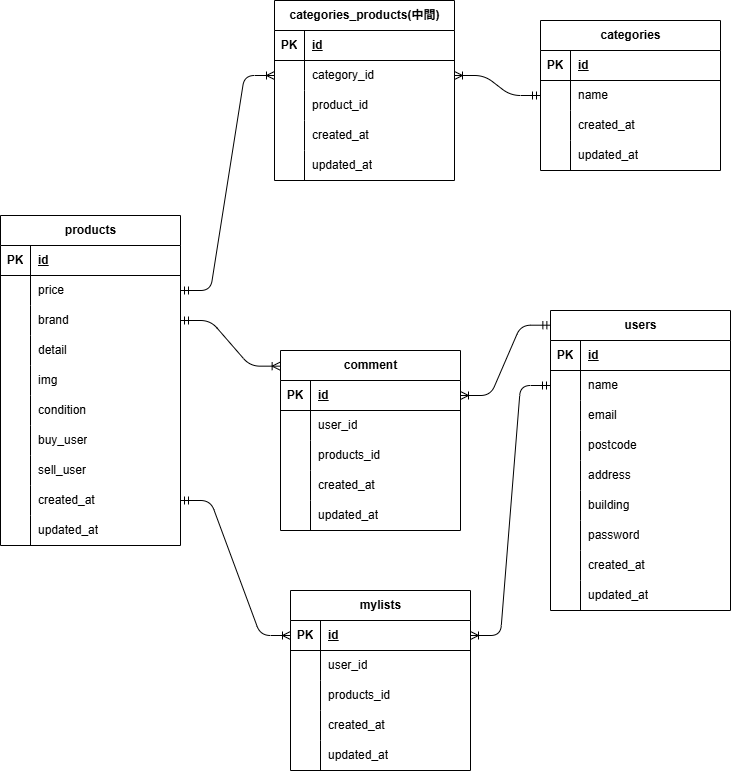
The draw.io diagram er.dio.png in rh22120301/flea-market-test, before a commit. Source tidied: cells renumbered, new cells last; positions are measured from the earlier drawing's top-left corner, leaving out a move shared by most shapes.
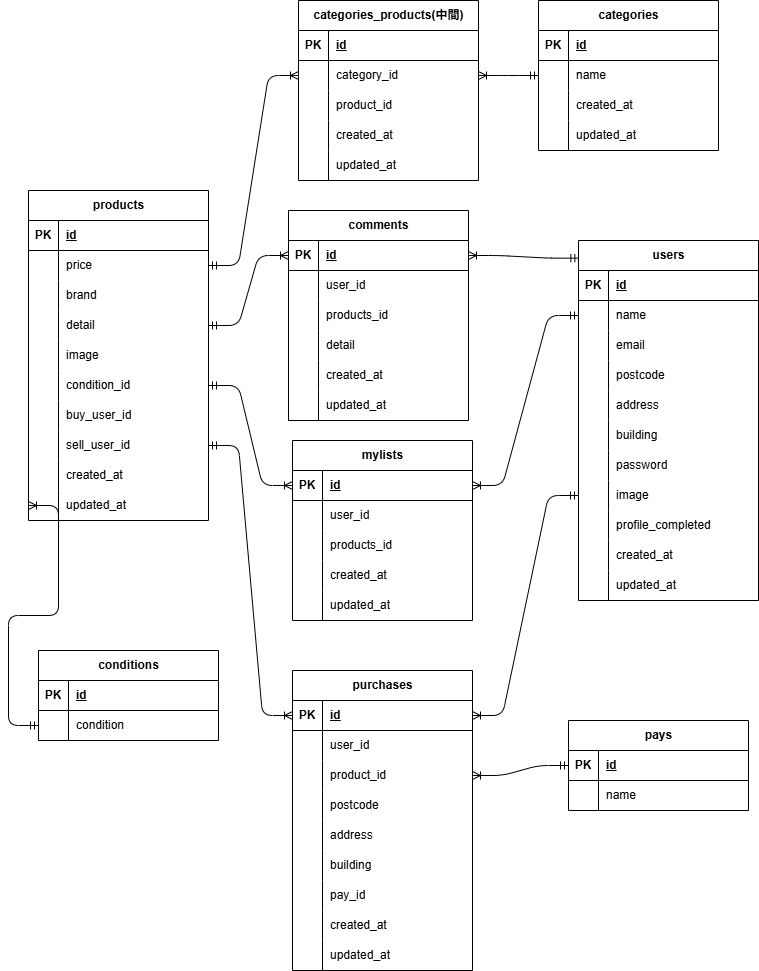
Above is the later version.

Change to the diagram source:
```diff
@@ -5,3 +5,3 @@
     <mxCell id="2" value="products" style="shape=table;startSize=30;rowLines=0;fontStyle=1;align=center;html=1;" parent="1" vertex="1">
-      <mxGeometry y="215" width="180" height="330" as="geometry" />
+      <mxGeometry x="10" y="150" width="180" height="330" as="geometry" />
     </mxCell>
@@ -49,3 +49,3 @@
     </mxCell>
-    <mxCell id="17" value="img" style="shape=partialRectangle;fillColor=none;top=0;left=0;bottom=0;right=0;align=left;spacingLeft=6;overflow=hidden;whiteSpace=wrap;html=1;" parent="15" vertex="1">
+    <mxCell id="17" value="image" style="shape=partialRectangle;fillColor=none;top=0;left=0;bottom=0;right=0;align=left;spacingLeft=6;overflow=hidden;whiteSpace=wrap;html=1;" parent="15" vertex="1">
       <mxGeometry x="30" width="150" height="30" as="geometry" />
@@ -58,3 +58,3 @@
     </mxCell>
-    <mxCell id="20" value="condition" style="shape=partialRectangle;fillColor=none;top=0;left=0;bottom=0;right=0;align=left;spacingLeft=6;overflow=hidden;whiteSpace=wrap;html=1;" parent="18" vertex="1">
+    <mxCell id="20" value="condition_id" style="shape=partialRectangle;fillColor=none;top=0;left=0;bottom=0;right=0;align=left;spacingLeft=6;overflow=hidden;whiteSpace=wrap;html=1;" parent="18" vertex="1">
       <mxGeometry x="30" width="150" height="30" as="geometry" />
@@ -67,3 +67,3 @@
     </mxCell>
-    <mxCell id="23" value="buy_user" style="shape=partialRectangle;fillColor=none;top=0;left=0;bottom=0;right=0;align=left;spacingLeft=6;overflow=hidden;whiteSpace=wrap;html=1;" parent="21" vertex="1">
+    <mxCell id="23" value="buy_user_id" style="shape=partialRectangle;fillColor=none;top=0;left=0;bottom=0;right=0;align=left;spacingLeft=6;overflow=hidden;whiteSpace=wrap;html=1;" parent="21" vertex="1">
       <mxGeometry x="30" width="150" height="30" as="geometry" />
@@ -76,3 +76,3 @@
     </mxCell>
-    <mxCell id="26" value="sell_user" style="shape=partialRectangle;fillColor=none;top=0;left=0;bottom=0;right=0;align=left;spacingLeft=6;overflow=hidden;whiteSpace=wrap;html=1;" parent="24" vertex="1">
+    <mxCell id="26" value="sell_user_id" style="shape=partialRectangle;fillColor=none;top=0;left=0;bottom=0;right=0;align=left;spacingLeft=6;overflow=hidden;whiteSpace=wrap;html=1;" parent="24" vertex="1">
       <mxGeometry x="30" width="150" height="30" as="geometry" />
@@ -98,3 +98,3 @@
     <mxCell id="33" value="users" style="shape=table;startSize=30;rowLines=0;fontStyle=1;align=center;html=1;" parent="1" vertex="1">
-      <mxGeometry x="550" y="310" width="180" height="300" as="geometry" />
+      <mxGeometry x="560" y="200" width="180" height="360" as="geometry" />
     </mxCell>
@@ -163,4 +163,22 @@
     </mxCell>
+    <mxCell id="128" style="shape=tableRow;horizontal=0;startSize=0;swimlaneHead=0;swimlaneBody=0;fillColor=none;points=[[0,0.5],[1,0.5]];portConstraint=eastwest;top=0;left=0;right=0;bottom=0;" parent="33" vertex="1">
+      <mxGeometry y="240" width="180" height="30" as="geometry" />
+    </mxCell>
+    <mxCell id="129" style="shape=partialRectangle;fillColor=none;top=0;left=0;bottom=0;right=0;overflow=hidden;whiteSpace=wrap;html=1;" parent="128" vertex="1">
+      <mxGeometry width="30" height="30" as="geometry" />
+    </mxCell>
+    <mxCell id="130" value="image" style="shape=partialRectangle;fillColor=none;top=0;left=0;bottom=0;right=0;align=left;spacingLeft=6;overflow=hidden;whiteSpace=wrap;html=1;" parent="128" vertex="1">
+      <mxGeometry x="30" width="150" height="30" as="geometry" />
+    </mxCell>
+    <mxCell id="131" style="shape=tableRow;horizontal=0;startSize=0;swimlaneHead=0;swimlaneBody=0;fillColor=none;top=0;left=0;right=0;bottom=0;" parent="33" vertex="1">
+      <mxGeometry y="270" width="180" height="30" as="geometry" />
+    </mxCell>
+    <mxCell id="132" style="shape=partialRectangle;fillColor=none;top=0;left=0;bottom=0;right=0;overflow=hidden;whiteSpace=wrap;html=1;" parent="131" vertex="1">
+      <mxGeometry width="30" height="30" as="geometry" />
+    </mxCell>
+    <mxCell id="133" value="profile_completed" style="shape=partialRectangle;fillColor=none;top=0;left=0;bottom=0;right=0;align=left;spacingLeft=6;overflow=hidden;whiteSpace=wrap;html=1;" parent="131" vertex="1">
+      <mxGeometry x="30" width="150" height="30" as="geometry" />
+    </mxCell>
     <mxCell id="55" style="shape=tableRow;horizontal=0;startSize=0;swimlaneHead=0;swimlaneBody=0;fillColor=none;top=0;left=0;right=0;bottom=0;" parent="33" vertex="1">
-      <mxGeometry y="240" width="180" height="30" as="geometry" />
+      <mxGeometry y="300" width="180" height="30" as="geometry" />
     </mxCell>
@@ -173,3 +191,3 @@
     <mxCell id="58" style="shape=tableRow;horizontal=0;startSize=0;swimlaneHead=0;swimlaneBody=0;fillColor=none;top=0;left=0;right=0;bottom=0;" parent="33" vertex="1">
-      <mxGeometry y="270" width="180" height="30" as="geometry" />
+      <mxGeometry y="330" width="180" height="30" as="geometry" />
     </mxCell>
@@ -182,3 +200,3 @@
     <mxCell id="61" value="categories" style="shape=table;startSize=30;rowLines=0;fontStyle=1;align=center;html=1;" parent="1" vertex="1">
-      <mxGeometry x="540" y="20" width="180" height="150" as="geometry" />
+      <mxGeometry x="520" y="-40" width="180" height="150" as="geometry" />
     </mxCell>
@@ -221,3 +239,3 @@
     <mxCell id="74" value="categories_products(中間)" style="shape=table;startSize=30;rowLines=0;fontStyle=1;align=center;html=1;" parent="1" vertex="1">
-      <mxGeometry x="274" width="180" height="180" as="geometry" />
+      <mxGeometry x="280" y="-40" width="180" height="180" as="geometry" />
     </mxCell>
@@ -269,3 +287,3 @@
     <mxCell id="90" value="mylists" style="shape=table;startSize=30;rowLines=0;fontStyle=1;align=center;html=1;" parent="1" vertex="1">
-      <mxGeometry x="290" y="590" width="180" height="180" as="geometry" />
+      <mxGeometry x="274" y="400" width="180" height="180" as="geometry" />
     </mxCell>
@@ -331,6 +349,6 @@
     </mxCell>
-    <mxCell id="108" style="edgeStyle=entityRelationEdgeStyle;fontSize=12;html=1;endArrow=ERoneToMany;startArrow=ERmandOne;exitX=1;exitY=0.5;exitDx=0;exitDy=0;entryX=0;entryY=0.5;entryDx=0;entryDy=0;" parent="1" edge="1" source="27" target="91">
+    <mxCell id="108" style="edgeStyle=entityRelationEdgeStyle;fontSize=12;html=1;endArrow=ERoneToMany;startArrow=ERmandOne;exitX=1;exitY=0.5;exitDx=0;exitDy=0;entryX=0;entryY=0.5;entryDx=0;entryDy=0;" parent="1" edge="1" source="18" target="91">
       <mxGeometry relative="1" as="geometry">
         <Array as="points">
-          <mxPoint x="120" y="290" />
+          <mxPoint x="150" y="290" />
         </Array>
@@ -341,4 +359,4 @@
     </mxCell>
-    <mxCell id="110" value="comment" style="shape=table;startSize=30;rowLines=0;fontStyle=1;align=center;html=1;" parent="1" vertex="1">
-      <mxGeometry x="280" y="350" width="180" height="180" as="geometry" />
+    <mxCell id="110" value="comments" style="shape=table;startSize=30;rowLines=0;fontStyle=1;align=center;html=1;" parent="1" vertex="1">
+      <mxGeometry x="270" y="170" width="180" height="210" as="geometry" />
     </mxCell>
@@ -371,4 +389,13 @@
     </mxCell>
+    <mxCell id="134" style="shape=tableRow;horizontal=0;startSize=0;swimlaneHead=0;swimlaneBody=0;fillColor=none;top=0;left=0;right=0;bottom=0;" parent="110" vertex="1">
+      <mxGeometry y="120" width="180" height="30" as="geometry" />
+    </mxCell>
+    <mxCell id="135" style="shape=partialRectangle;fillColor=none;top=0;left=0;bottom=0;right=0;overflow=hidden;whiteSpace=wrap;html=1;" parent="134" vertex="1">
+      <mxGeometry width="30" height="30" as="geometry" />
+    </mxCell>
+    <mxCell id="136" value="detail" style="shape=partialRectangle;fillColor=none;top=0;left=0;bottom=0;right=0;align=left;spacingLeft=6;overflow=hidden;whiteSpace=wrap;html=1;" parent="134" vertex="1">
+      <mxGeometry x="30" width="150" height="30" as="geometry" />
+    </mxCell>
     <mxCell id="120" style="shape=tableRow;horizontal=0;startSize=0;swimlaneHead=0;swimlaneBody=0;fillColor=none;top=0;left=0;right=0;bottom=0;" parent="110" vertex="1">
-      <mxGeometry y="120" width="180" height="30" as="geometry" />
+      <mxGeometry y="150" width="180" height="30" as="geometry" />
     </mxCell>
@@ -381,3 +408,3 @@
     <mxCell id="123" style="shape=tableRow;horizontal=0;startSize=0;swimlaneHead=0;swimlaneBody=0;fillColor=none;top=0;left=0;right=0;bottom=0;" parent="110" vertex="1">
-      <mxGeometry y="150" width="180" height="30" as="geometry" />
+      <mxGeometry y="180" width="180" height="30" as="geometry" />
     </mxCell>
@@ -389,6 +416,6 @@
     </mxCell>
-    <mxCell id="126" style="edgeStyle=entityRelationEdgeStyle;fontSize=12;html=1;endArrow=ERoneToMany;startArrow=ERmandOne;exitX=1;exitY=0.5;exitDx=0;exitDy=0;entryX=-0.002;entryY=0.087;entryDx=0;entryDy=0;entryPerimeter=0;" parent="1" edge="1" source="9" target="110">
+    <mxCell id="126" style="edgeStyle=entityRelationEdgeStyle;fontSize=12;html=1;endArrow=ERoneToMany;startArrow=ERmandOne;exitX=1;exitY=0.5;exitDx=0;exitDy=0;entryX=0;entryY=0.5;entryDx=0;entryDy=0;" parent="1" edge="1" source="12" target="111">
       <mxGeometry relative="1" as="geometry">
         <Array as="points">
-          <mxPoint x="134.4" y="130" />
+          <mxPoint x="164.7" y="141.7" />
         </Array>
@@ -399,2 +426,151 @@
     </mxCell>
+    <mxCell id="137" value="purchases" style="shape=table;startSize=30;rowLines=0;fontStyle=1;align=center;html=1;" parent="1" vertex="1">
+      <mxGeometry x="274" y="630" width="180" height="300" as="geometry" />
+    </mxCell>
+    <mxCell id="138" style="shape=tableRow;horizontal=0;startSize=0;swimlaneHead=0;swimlaneBody=0;fillColor=none;points=[[0,0.5],[1,0.5]];portConstraint=eastwest;top=0;left=0;right=0;bottom=1;" parent="137" vertex="1">
+      <mxGeometry y="30" width="180" height="30" as="geometry" />
+    </mxCell>
+    <mxCell id="139" value="PK" style="shape=partialRectangle;fillColor=none;top=0;left=0;bottom=0;right=0;fontStyle=1;overflow=hidden;whiteSpace=wrap;html=1;" parent="138" vertex="1">
+      <mxGeometry width="30" height="30" as="geometry" />
+    </mxCell>
+    <mxCell id="140" value="id" style="shape=partialRectangle;fillColor=none;top=0;left=0;bottom=0;right=0;align=left;spacingLeft=6;fontStyle=5;overflow=hidden;whiteSpace=wrap;html=1;" parent="138" vertex="1">
+      <mxGeometry x="30" width="150" height="30" as="geometry" />
+    </mxCell>
+    <mxCell id="141" style="shape=tableRow;horizontal=0;startSize=0;swimlaneHead=0;swimlaneBody=0;fillColor=none;top=0;left=0;right=0;bottom=0;" parent="137" vertex="1">
+      <mxGeometry y="60" width="180" height="30" as="geometry" />
+    </mxCell>
+    <mxCell id="142" style="shape=partialRectangle;fillColor=none;top=0;left=0;bottom=0;right=0;overflow=hidden;whiteSpace=wrap;html=1;" parent="141" vertex="1">
+      <mxGeometry width="30" height="30" as="geometry" />
+    </mxCell>
+    <mxCell id="143" value="user_id" style="shape=partialRectangle;fillColor=none;top=0;left=0;bottom=0;right=0;align=left;spacingLeft=6;overflow=hidden;whiteSpace=wrap;html=1;" parent="141" vertex="1">
+      <mxGeometry x="30" width="150" height="30" as="geometry" />
+    </mxCell>
+    <mxCell id="144" style="shape=tableRow;horizontal=0;startSize=0;swimlaneHead=0;swimlaneBody=0;fillColor=none;points=[[0,0.5],[1,0.5]];portConstraint=eastwest;top=0;left=0;right=0;bottom=0;" parent="137" vertex="1">
+      <mxGeometry y="90" width="180" height="30" as="geometry" />
+    </mxCell>
+    <mxCell id="145" style="shape=partialRectangle;fillColor=none;top=0;left=0;bottom=0;right=0;overflow=hidden;whiteSpace=wrap;html=1;" parent="144" vertex="1">
+      <mxGeometry width="30" height="30" as="geometry" />
+    </mxCell>
+    <mxCell id="146" value="product_id" style="shape=partialRectangle;fillColor=none;top=0;left=0;bottom=0;right=0;align=left;spacingLeft=6;overflow=hidden;whiteSpace=wrap;html=1;" parent="144" vertex="1">
+      <mxGeometry x="30" width="150" height="30" as="geometry" />
+    </mxCell>
+    <mxCell id="147" style="shape=tableRow;horizontal=0;startSize=0;swimlaneHead=0;swimlaneBody=0;fillColor=none;top=0;left=0;right=0;bottom=0;" parent="137" vertex="1">
+      <mxGeometry y="120" width="180" height="30" as="geometry" />
+    </mxCell>
+    <mxCell id="148" style="shape=partialRectangle;fillColor=none;top=0;left=0;bottom=0;right=0;overflow=hidden;whiteSpace=wrap;html=1;" parent="147" vertex="1">
+      <mxGeometry width="30" height="30" as="geometry" />
+    </mxCell>
+    <mxCell id="149" value="postcode" style="shape=partialRectangle;fillColor=none;top=0;left=0;bottom=0;right=0;align=left;spacingLeft=6;overflow=hidden;whiteSpace=wrap;html=1;" parent="147" vertex="1">
+      <mxGeometry x="30" width="150" height="30" as="geometry" />
+    </mxCell>
+    <mxCell id="150" style="shape=tableRow;horizontal=0;startSize=0;swimlaneHead=0;swimlaneBody=0;fillColor=none;top=0;left=0;right=0;bottom=0;" parent="137" vertex="1">
+      <mxGeometry y="150" width="180" height="30" as="geometry" />
+    </mxCell>
+    <mxCell id="151" style="shape=partialRectangle;fillColor=none;top=0;left=0;bottom=0;right=0;overflow=hidden;whiteSpace=wrap;html=1;" parent="150" vertex="1">
+      <mxGeometry width="30" height="30" as="geometry" />
+    </mxCell>
+    <mxCell id="152" value="address" style="shape=partialRectangle;fillColor=none;top=0;left=0;bottom=0;right=0;align=left;spacingLeft=6;overflow=hidden;whiteSpace=wrap;html=1;" parent="150" vertex="1">
+      <mxGeometry x="30" width="150" height="30" as="geometry" />
+    </mxCell>
+    <mxCell id="153" style="shape=tableRow;horizontal=0;startSize=0;swimlaneHead=0;swimlaneBody=0;fillColor=none;top=0;left=0;right=0;bottom=0;" parent="137" vertex="1">
+      <mxGeometry y="180" width="180" height="30" as="geometry" />
+    </mxCell>
+    <mxCell id="154" style="shape=partialRectangle;fillColor=none;top=0;left=0;bottom=0;right=0;overflow=hidden;whiteSpace=wrap;html=1;" parent="153" vertex="1">
+      <mxGeometry width="30" height="30" as="geometry" />
+    </mxCell>
+    <mxCell id="155" value="building" style="shape=partialRectangle;fillColor=none;top=0;left=0;bottom=0;right=0;align=left;spacingLeft=6;overflow=hidden;whiteSpace=wrap;html=1;" parent="153" vertex="1">
+      <mxGeometry x="30" width="150" height="30" as="geometry" />
+    </mxCell>
+    <mxCell id="156" style="shape=tableRow;horizontal=0;startSize=0;swimlaneHead=0;swimlaneBody=0;fillColor=none;top=0;left=0;right=0;bottom=0;" parent="137" vertex="1">
+      <mxGeometry y="210" width="180" height="30" as="geometry" />
+    </mxCell>
+    <mxCell id="157" style="shape=partialRectangle;fillColor=none;top=0;left=0;bottom=0;right=0;overflow=hidden;whiteSpace=wrap;html=1;" parent="156" vertex="1">
+      <mxGeometry width="30" height="30" as="geometry" />
+    </mxCell>
+    <mxCell id="158" value="pay_id" style="shape=partialRectangle;fillColor=none;top=0;left=0;bottom=0;right=0;align=left;spacingLeft=6;overflow=hidden;whiteSpace=wrap;html=1;" parent="156" vertex="1">
+      <mxGeometry x="30" width="150" height="30" as="geometry" />
+    </mxCell>
+    <mxCell id="159" style="shape=tableRow;horizontal=0;startSize=0;swimlaneHead=0;swimlaneBody=0;fillColor=none;top=0;left=0;right=0;bottom=0;" parent="137" vertex="1">
+      <mxGeometry y="240" width="180" height="30" as="geometry" />
+    </mxCell>
+    <mxCell id="160" style="shape=partialRectangle;fillColor=none;top=0;left=0;bottom=0;right=0;overflow=hidden;whiteSpace=wrap;html=1;" parent="159" vertex="1">
+      <mxGeometry width="30" height="30" as="geometry" />
+    </mxCell>
+    <mxCell id="161" value="created_at" style="shape=partialRectangle;fillColor=none;top=0;left=0;bottom=0;right=0;align=left;spacingLeft=6;overflow=hidden;whiteSpace=wrap;html=1;" parent="159" vertex="1">
+      <mxGeometry x="30" width="150" height="30" as="geometry" />
+    </mxCell>
+    <mxCell id="162" style="shape=tableRow;horizontal=0;startSize=0;swimlaneHead=0;swimlaneBody=0;fillColor=none;top=0;left=0;right=0;bottom=0;" parent="137" vertex="1">
+      <mxGeometry y="270" width="180" height="30" as="geometry" />
+    </mxCell>
+    <mxCell id="163" style="shape=partialRectangle;fillColor=none;top=0;left=0;bottom=0;right=0;overflow=hidden;whiteSpace=wrap;html=1;" parent="162" vertex="1">
+      <mxGeometry width="30" height="30" as="geometry" />
+    </mxCell>
+    <mxCell id="164" value="updated_at" style="shape=partialRectangle;fillColor=none;top=0;left=0;bottom=0;right=0;align=left;spacingLeft=6;overflow=hidden;whiteSpace=wrap;html=1;" parent="162" vertex="1">
+      <mxGeometry x="30" width="150" height="30" as="geometry" />
+    </mxCell>
+    <mxCell id="165" value="pays" style="shape=table;startSize=30;rowLines=0;fontStyle=1;align=center;html=1;" parent="1" vertex="1">
+      <mxGeometry x="550" y="680" width="180" height="90" as="geometry" />
+    </mxCell>
+    <mxCell id="166" style="shape=tableRow;horizontal=0;startSize=0;swimlaneHead=0;swimlaneBody=0;fillColor=none;points=[[0,0.5],[1,0.5]];portConstraint=eastwest;top=0;left=0;right=0;bottom=1;" parent="165" vertex="1">
+      <mxGeometry y="30" width="180" height="30" as="geometry" />
+    </mxCell>
+    <mxCell id="167" value="PK" style="shape=partialRectangle;fillColor=none;top=0;left=0;bottom=0;right=0;fontStyle=1;overflow=hidden;whiteSpace=wrap;html=1;" parent="166" vertex="1">
+      <mxGeometry width="30" height="30" as="geometry" />
+    </mxCell>
+    <mxCell id="168" value="id" style="shape=partialRectangle;fillColor=none;top=0;left=0;bottom=0;right=0;align=left;spacingLeft=6;fontStyle=5;overflow=hidden;whiteSpace=wrap;html=1;" parent="166" vertex="1">
+      <mxGeometry x="30" width="150" height="30" as="geometry" />
+    </mxCell>
+    <mxCell id="169" style="shape=tableRow;horizontal=0;startSize=0;swimlaneHead=0;swimlaneBody=0;fillColor=none;top=0;left=0;right=0;bottom=0;" parent="165" vertex="1">
+      <mxGeometry y="60" width="180" height="30" as="geometry" />
+    </mxCell>
+    <mxCell id="170" style="shape=partialRectangle;fillColor=none;top=0;left=0;bottom=0;right=0;overflow=hidden;whiteSpace=wrap;html=1;" parent="169" vertex="1">
+      <mxGeometry width="30" height="30" as="geometry" />
+    </mxCell>
+    <mxCell id="171" value="name" style="shape=partialRectangle;fillColor=none;top=0;left=0;bottom=0;right=0;align=left;spacingLeft=6;overflow=hidden;whiteSpace=wrap;html=1;" parent="169" vertex="1">
+      <mxGeometry x="30" width="150" height="30" as="geometry" />
+    </mxCell>
+    <mxCell id="172" style="edgeStyle=entityRelationEdgeStyle;fontSize=12;html=1;endArrow=ERoneToMany;startArrow=ERmandOne;exitX=1;exitY=0.5;exitDx=0;exitDy=0;entryX=0;entryY=0.5;entryDx=0;entryDy=0;" parent="1" edge="1" source="24" target="138">
+      <mxGeometry relative="1" as="geometry">
+        <Array as="points">
+          <mxPoint x="136" y="315" />
+        </Array>
+      </mxGeometry>
+    </mxCell>
+    <mxCell id="173" style="edgeStyle=entityRelationEdgeStyle;fontSize=12;html=1;endArrow=ERoneToMany;startArrow=ERmandOne;exitX=0;exitY=0.5;exitDx=0;exitDy=0;entryX=1;entryY=0.5;entryDx=0;entryDy=0;" parent="1" edge="1" source="128" target="138">
+      <mxGeometry relative="1" as="geometry" />
+    </mxCell>
+    <mxCell id="174" value="conditions" style="shape=table;startSize=30;rowLines=0;fontStyle=1;align=center;html=1;" parent="1" vertex="1">
+      <mxGeometry x="20" y="610" width="180" height="90" as="geometry" />
+    </mxCell>
+    <mxCell id="175" style="shape=tableRow;horizontal=0;startSize=0;swimlaneHead=0;swimlaneBody=0;fillColor=none;top=0;left=0;right=0;bottom=1;" parent="174" vertex="1">
+      <mxGeometry y="30" width="180" height="30" as="geometry" />
+    </mxCell>
+    <mxCell id="176" value="PK" style="shape=partialRectangle;fillColor=none;top=0;left=0;bottom=0;right=0;fontStyle=1;overflow=hidden;whiteSpace=wrap;html=1;" parent="175" vertex="1">
+      <mxGeometry width="30" height="30" as="geometry" />
+    </mxCell>
+    <mxCell id="177" value="id" style="shape=partialRectangle;fillColor=none;top=0;left=0;bottom=0;right=0;align=left;spacingLeft=6;fontStyle=5;overflow=hidden;whiteSpace=wrap;html=1;" parent="175" vertex="1">
+      <mxGeometry x="30" width="150" height="30" as="geometry" />
+    </mxCell>
+    <mxCell id="178" style="shape=tableRow;horizontal=0;startSize=0;swimlaneHead=0;swimlaneBody=0;fillColor=none;points=[[0,0.5],[1,0.5]];portConstraint=eastwest;top=0;left=0;right=0;bottom=0;" parent="174" vertex="1">
+      <mxGeometry y="60" width="180" height="30" as="geometry" />
+    </mxCell>
+    <mxCell id="179" style="shape=partialRectangle;fillColor=none;top=0;left=0;bottom=0;right=0;overflow=hidden;whiteSpace=wrap;html=1;" parent="178" vertex="1">
+      <mxGeometry width="30" height="30" as="geometry" />
+    </mxCell>
+    <mxCell id="180" value="condition" style="shape=partialRectangle;fillColor=none;top=0;left=0;bottom=0;right=0;align=left;spacingLeft=6;overflow=hidden;whiteSpace=wrap;html=1;" parent="178" vertex="1">
+      <mxGeometry x="30" width="150" height="30" as="geometry" />
+    </mxCell>
+    <mxCell id="181" style="edgeStyle=entityRelationEdgeStyle;fontSize=12;html=1;endArrow=ERoneToMany;startArrow=ERmandOne;entryX=1;entryY=0.5;entryDx=0;entryDy=0;exitX=0;exitY=0.5;exitDx=0;exitDy=0;" parent="1" edge="1" source="166" target="144">
+      <mxGeometry relative="1" as="geometry" />
+    </mxCell>
+    <mxCell id="182" style="edgeStyle=entityRelationEdgeStyle;fontSize=12;html=1;endArrow=ERoneToMany;startArrow=ERmandOne;entryX=0;entryY=0.5;entryDx=0;entryDy=0;exitX=0;exitY=0.5;exitDx=0;exitDy=0;" parent="1" edge="1" source="178" target="30">
+      <mxGeometry relative="1" as="geometry">
+        <Array as="points">
+          <mxPoint x="-250" y="140" />
+          <mxPoint x="-220" y="340" />
+          <mxPoint y="495" />
+          <mxPoint x="-230" y="290" />
+        </Array>
+      </mxGeometry>
+    </mxCell>
   </root>
```
